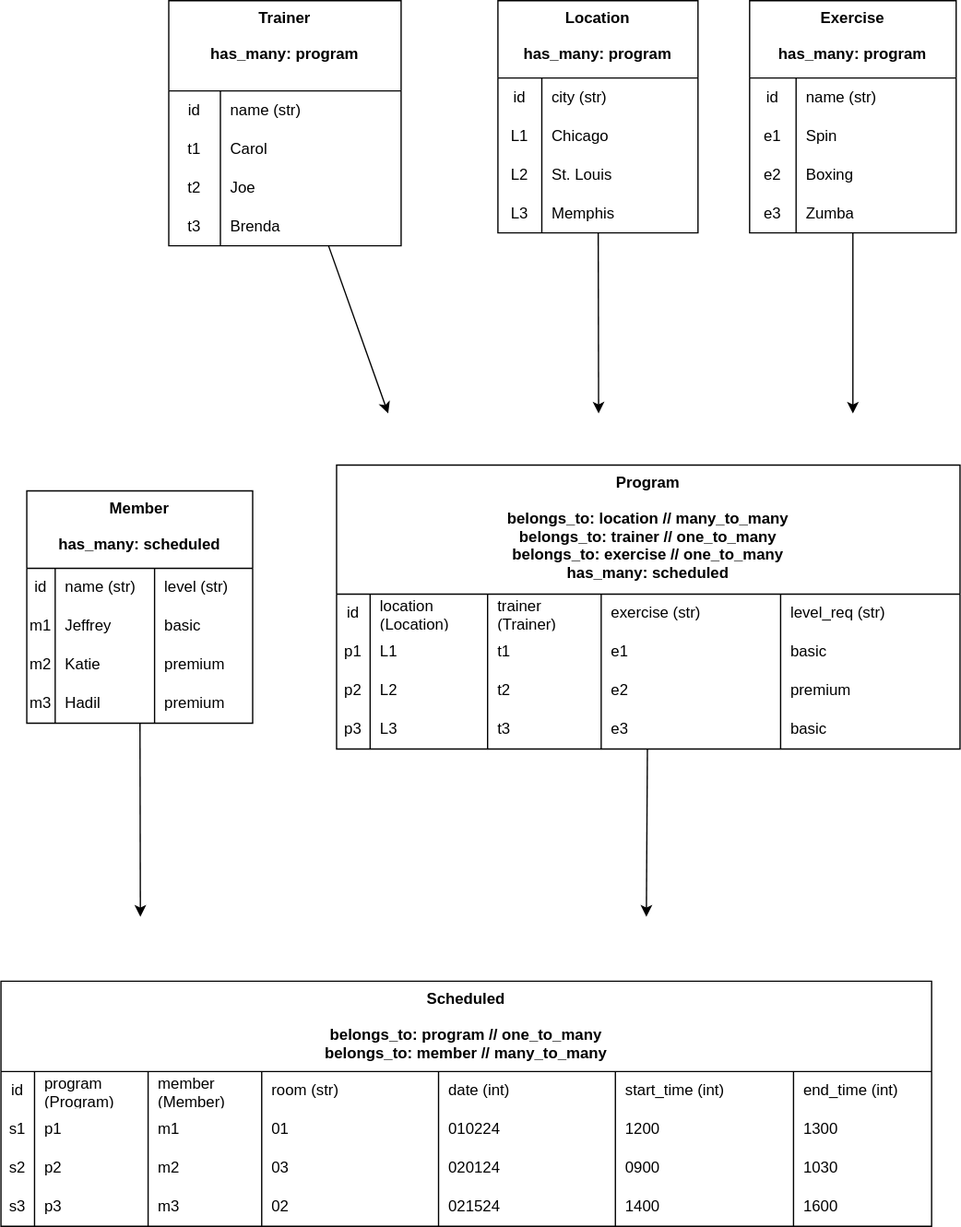
Earlier version of the draw.io export .drawio.svg (learn-co-curriculum/python-p3-v2-final-project-template). Source tidied: cells renumbered, new cells last; positions are measured from the earlier drawing's top-left corner, leaving out a move shared by most shapes.
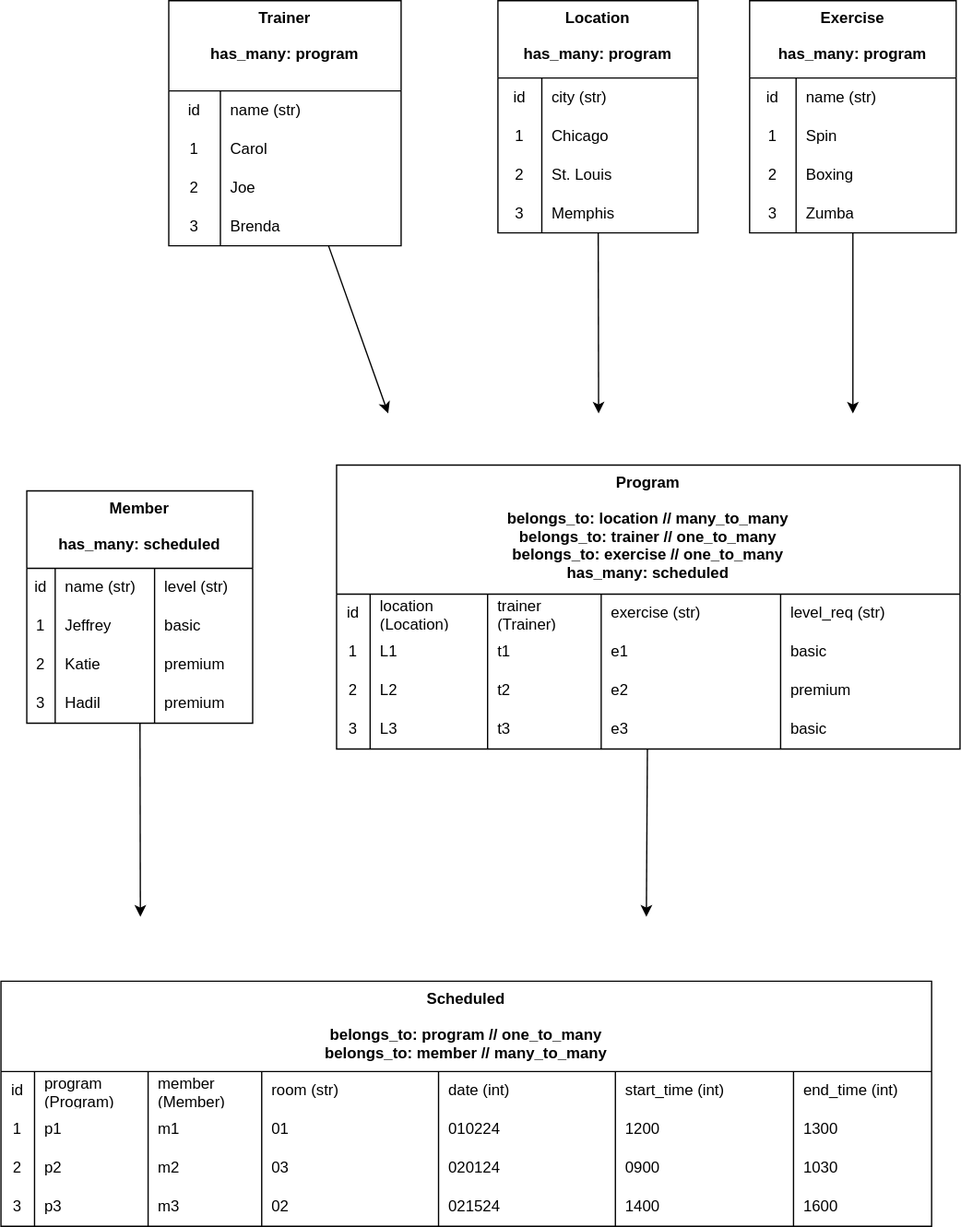
Later version of the same file.

Commit message:
drawio not popping up in readme properly, trying to fix.

Change to the diagram source:
```diff
@@ -22,7 +22,7 @@
     <mxCell id="7" style="shape=tableRow;horizontal=0;startSize=0;swimlaneHead=0;swimlaneBody=0;top=0;left=0;bottom=0;right=0;fillColor=none;" parent="3" vertex="1">
       <mxGeometry y="100" width="180" height="30" as="geometry" />
     </mxCell>
-    <mxCell id="8" value="t1" style="shape=partialRectangle;html=1;whiteSpace=wrap;fillColor=none;top=0;left=0;bottom=0;right=0;overflow=hidden;" parent="7" vertex="1">
+    <mxCell id="8" value="1" style="shape=partialRectangle;html=1;whiteSpace=wrap;fillColor=none;top=0;left=0;bottom=0;right=0;overflow=hidden;" parent="7" vertex="1">
       <mxGeometry width="40" height="30" as="geometry" />
     </mxCell>
     <mxCell id="9" value="Carol" style="shape=partialRectangle;html=1;whiteSpace=wrap;fillColor=none;top=0;left=0;bottom=0;right=0;align=left;spacingLeft=6;overflow=hidden;" parent="7" vertex="1">
@@ -31,7 +31,7 @@
     <mxCell id="10" style="shape=tableRow;horizontal=0;startSize=0;swimlaneHead=0;swimlaneBody=0;top=0;left=0;bottom=0;right=0;fillColor=none;" parent="3" vertex="1">
       <mxGeometry y="130" width="180" height="30" as="geometry" />
     </mxCell>
-    <mxCell id="11" value="t2" style="shape=partialRectangle;html=1;whiteSpace=wrap;fillColor=none;top=0;left=0;bottom=0;right=0;overflow=hidden;" parent="10" vertex="1">
+    <mxCell id="11" value="2" style="shape=partialRectangle;html=1;whiteSpace=wrap;fillColor=none;top=0;left=0;bottom=0;right=0;overflow=hidden;" parent="10" vertex="1">
       <mxGeometry width="40" height="30" as="geometry" />
     </mxCell>
     <mxCell id="12" value="Joe" style="shape=partialRectangle;html=1;whiteSpace=wrap;fillColor=none;top=0;left=0;bottom=0;right=0;align=left;spacingLeft=6;overflow=hidden;" parent="10" vertex="1">
@@ -40,7 +40,7 @@
     <mxCell id="13" style="shape=tableRow;horizontal=0;startSize=0;swimlaneHead=0;swimlaneBody=0;top=0;left=0;bottom=0;right=0;fillColor=none;" parent="3" vertex="1">
       <mxGeometry y="160" width="180" height="30" as="geometry" />
     </mxCell>
-    <mxCell id="14" value="t3" style="shape=partialRectangle;html=1;whiteSpace=wrap;fillColor=none;top=0;left=0;bottom=0;right=0;overflow=hidden;" parent="13" vertex="1">
+    <mxCell id="14" value="3" style="shape=partialRectangle;html=1;whiteSpace=wrap;fillColor=none;top=0;left=0;bottom=0;right=0;overflow=hidden;" parent="13" vertex="1">
       <mxGeometry width="40" height="30" as="geometry" />
     </mxCell>
     <mxCell id="15" value="Brenda" style="shape=partialRectangle;html=1;whiteSpace=wrap;fillColor=none;top=0;left=0;bottom=0;right=0;align=left;spacingLeft=6;overflow=hidden;" parent="13" vertex="1">
@@ -75,7 +75,7 @@
     <mxCell id="24" style="shape=tableRow;horizontal=0;startSize=0;swimlaneHead=0;swimlaneBody=0;top=0;left=0;bottom=0;right=0;fillColor=none;" parent="17" vertex="1">
       <mxGeometry y="130" width="483" height="30" as="geometry" />
     </mxCell>
-    <mxCell id="25" value="p1" style="shape=partialRectangle;html=1;whiteSpace=wrap;fillColor=none;top=0;left=0;bottom=0;right=0;overflow=hidden;" parent="24" vertex="1">
+    <mxCell id="25" value="1" style="shape=partialRectangle;html=1;whiteSpace=wrap;fillColor=none;top=0;left=0;bottom=0;right=0;overflow=hidden;" parent="24" vertex="1">
       <mxGeometry width="26" height="30" as="geometry" />
     </mxCell>
     <mxCell id="26" value="L1" style="shape=partialRectangle;html=1;whiteSpace=wrap;fillColor=none;top=0;left=0;bottom=0;right=0;align=left;spacingLeft=6;overflow=hidden;" parent="24" vertex="1">
@@ -93,7 +93,7 @@
     <mxCell id="30" style="shape=tableRow;horizontal=0;startSize=0;swimlaneHead=0;swimlaneBody=0;top=0;left=0;bottom=0;right=0;fillColor=none;" parent="17" vertex="1">
       <mxGeometry y="160" width="483" height="30" as="geometry" />
     </mxCell>
-    <mxCell id="31" value="p2" style="shape=partialRectangle;html=1;whiteSpace=wrap;fillColor=none;top=0;left=0;bottom=0;right=0;overflow=hidden;" parent="30" vertex="1">
+    <mxCell id="31" value="2" style="shape=partialRectangle;html=1;whiteSpace=wrap;fillColor=none;top=0;left=0;bottom=0;right=0;overflow=hidden;" parent="30" vertex="1">
       <mxGeometry width="26" height="30" as="geometry" />
     </mxCell>
     <mxCell id="32" value="L2" style="shape=partialRectangle;html=1;whiteSpace=wrap;fillColor=none;top=0;left=0;bottom=0;right=0;align=left;spacingLeft=6;overflow=hidden;" parent="30" vertex="1">
@@ -111,7 +111,7 @@
     <mxCell id="36" style="shape=tableRow;horizontal=0;startSize=0;swimlaneHead=0;swimlaneBody=0;top=0;left=0;bottom=0;right=0;fillColor=none;" parent="17" vertex="1">
       <mxGeometry y="190" width="483" height="30" as="geometry" />
     </mxCell>
-    <mxCell id="37" value="p3" style="shape=partialRectangle;html=1;whiteSpace=wrap;fillColor=none;top=0;left=0;bottom=0;right=0;overflow=hidden;" parent="36" vertex="1">
+    <mxCell id="37" value="3" style="shape=partialRectangle;html=1;whiteSpace=wrap;fillColor=none;top=0;left=0;bottom=0;right=0;overflow=hidden;" parent="36" vertex="1">
       <mxGeometry width="26" height="30" as="geometry" />
     </mxCell>
     <mxCell id="38" value="L3" style="shape=partialRectangle;html=1;whiteSpace=wrap;fillColor=none;top=0;left=0;bottom=0;right=0;align=left;spacingLeft=6;overflow=hidden;" parent="36" vertex="1">
@@ -149,7 +149,7 @@
     <mxCell id="48" style="shape=tableRow;horizontal=0;startSize=0;swimlaneHead=0;swimlaneBody=0;top=0;left=0;bottom=0;right=0;fillColor=none;" parent="43" vertex="1">
       <mxGeometry y="90" width="175" height="30" as="geometry" />
     </mxCell>
-    <mxCell id="49" value="m1" style="shape=partialRectangle;html=1;whiteSpace=wrap;fillColor=none;top=0;left=0;bottom=0;right=0;overflow=hidden;" parent="48" vertex="1">
+    <mxCell id="49" value="1" style="shape=partialRectangle;html=1;whiteSpace=wrap;fillColor=none;top=0;left=0;bottom=0;right=0;overflow=hidden;" parent="48" vertex="1">
       <mxGeometry width="22" height="30" as="geometry" />
     </mxCell>
     <mxCell id="50" value="Jeffrey" style="shape=partialRectangle;html=1;whiteSpace=wrap;fillColor=none;top=0;left=0;bottom=0;right=0;align=left;spacingLeft=6;overflow=hidden;" parent="48" vertex="1">
@@ -161,7 +161,7 @@
     <mxCell id="52" style="shape=tableRow;horizontal=0;startSize=0;swimlaneHead=0;swimlaneBody=0;top=0;left=0;bottom=0;right=0;fillColor=none;" parent="43" vertex="1">
       <mxGeometry y="120" width="175" height="30" as="geometry" />
     </mxCell>
-    <mxCell id="53" value="m2" style="shape=partialRectangle;html=1;whiteSpace=wrap;fillColor=none;top=0;left=0;bottom=0;right=0;overflow=hidden;" parent="52" vertex="1">
+    <mxCell id="53" value="2" style="shape=partialRectangle;html=1;whiteSpace=wrap;fillColor=none;top=0;left=0;bottom=0;right=0;overflow=hidden;" parent="52" vertex="1">
       <mxGeometry width="22" height="30" as="geometry" />
     </mxCell>
     <mxCell id="54" value="Katie" style="shape=partialRectangle;html=1;whiteSpace=wrap;fillColor=none;top=0;left=0;bottom=0;right=0;align=left;spacingLeft=6;overflow=hidden;" parent="52" vertex="1">
@@ -173,7 +173,7 @@
     <mxCell id="56" style="shape=tableRow;horizontal=0;startSize=0;swimlaneHead=0;swimlaneBody=0;top=0;left=0;bottom=0;right=0;fillColor=none;" parent="43" vertex="1">
       <mxGeometry y="150" width="175" height="30" as="geometry" />
     </mxCell>
-    <mxCell id="57" value="m3" style="shape=partialRectangle;html=1;whiteSpace=wrap;fillColor=none;top=0;left=0;bottom=0;right=0;overflow=hidden;" parent="56" vertex="1">
+    <mxCell id="57" value="3" style="shape=partialRectangle;html=1;whiteSpace=wrap;fillColor=none;top=0;left=0;bottom=0;right=0;overflow=hidden;" parent="56" vertex="1">
       <mxGeometry width="22" height="30" as="geometry" />
     </mxCell>
     <mxCell id="58" value="Hadil" style="shape=partialRectangle;html=1;whiteSpace=wrap;fillColor=none;top=0;left=0;bottom=0;right=0;align=left;spacingLeft=6;overflow=hidden;" parent="56" vertex="1">
@@ -202,7 +202,7 @@
     <mxCell id="65" style="shape=tableRow;horizontal=0;startSize=0;swimlaneHead=0;swimlaneBody=0;top=0;left=0;bottom=0;right=0;fillColor=none;" parent="61" vertex="1">
       <mxGeometry y="90" width="155" height="30" as="geometry" />
     </mxCell>
-    <mxCell id="66" value="L1" style="shape=partialRectangle;html=1;whiteSpace=wrap;fillColor=none;top=0;left=0;bottom=0;right=0;overflow=hidden;" parent="65" vertex="1">
+    <mxCell id="66" value="1" style="shape=partialRectangle;html=1;whiteSpace=wrap;fillColor=none;top=0;left=0;bottom=0;right=0;overflow=hidden;" parent="65" vertex="1">
       <mxGeometry width="34" height="30" as="geometry" />
     </mxCell>
     <mxCell id="67" value="Chicago" style="shape=partialRectangle;html=1;whiteSpace=wrap;fillColor=none;top=0;left=0;bottom=0;right=0;align=left;spacingLeft=6;overflow=hidden;" parent="65" vertex="1">
@@ -211,7 +211,7 @@
     <mxCell id="68" style="shape=tableRow;horizontal=0;startSize=0;swimlaneHead=0;swimlaneBody=0;top=0;left=0;bottom=0;right=0;fillColor=none;" parent="61" vertex="1">
       <mxGeometry y="120" width="155" height="30" as="geometry" />
     </mxCell>
-    <mxCell id="69" value="L2" style="shape=partialRectangle;html=1;whiteSpace=wrap;fillColor=none;top=0;left=0;bottom=0;right=0;overflow=hidden;" parent="68" vertex="1">
+    <mxCell id="69" value="2" style="shape=partialRectangle;html=1;whiteSpace=wrap;fillColor=none;top=0;left=0;bottom=0;right=0;overflow=hidden;" parent="68" vertex="1">
       <mxGeometry width="34" height="30" as="geometry" />
     </mxCell>
     <mxCell id="70" value="St. Louis" style="shape=partialRectangle;html=1;whiteSpace=wrap;fillColor=none;top=0;left=0;bottom=0;right=0;align=left;spacingLeft=6;overflow=hidden;" parent="68" vertex="1">
@@ -220,7 +220,7 @@
     <mxCell id="71" style="shape=tableRow;horizontal=0;startSize=0;swimlaneHead=0;swimlaneBody=0;top=0;left=0;bottom=0;right=0;fillColor=none;" parent="61" vertex="1">
       <mxGeometry y="150" width="155" height="30" as="geometry" />
     </mxCell>
-    <mxCell id="72" value="L3" style="shape=partialRectangle;html=1;whiteSpace=wrap;fillColor=none;top=0;left=0;bottom=0;right=0;overflow=hidden;" parent="71" vertex="1">
+    <mxCell id="72" value="3" style="shape=partialRectangle;html=1;whiteSpace=wrap;fillColor=none;top=0;left=0;bottom=0;right=0;overflow=hidden;" parent="71" vertex="1">
       <mxGeometry width="34" height="30" as="geometry" />
     </mxCell>
     <mxCell id="73" value="Memphis" style="shape=partialRectangle;html=1;whiteSpace=wrap;fillColor=none;top=0;left=0;bottom=0;right=0;align=left;spacingLeft=6;overflow=hidden;" parent="71" vertex="1">
@@ -246,7 +246,7 @@
     <mxCell id="79" style="shape=tableRow;horizontal=0;startSize=0;swimlaneHead=0;swimlaneBody=0;top=0;left=0;bottom=0;right=0;fillColor=none;" parent="75" vertex="1">
       <mxGeometry y="90" width="160" height="30" as="geometry" />
     </mxCell>
-    <mxCell id="80" value="e1" style="shape=partialRectangle;html=1;whiteSpace=wrap;fillColor=none;top=0;left=0;bottom=0;right=0;overflow=hidden;" parent="79" vertex="1">
+    <mxCell id="80" value="1" style="shape=partialRectangle;html=1;whiteSpace=wrap;fillColor=none;top=0;left=0;bottom=0;right=0;overflow=hidden;" parent="79" vertex="1">
       <mxGeometry width="36" height="30" as="geometry" />
     </mxCell>
     <mxCell id="81" value="Spin" style="shape=partialRectangle;html=1;whiteSpace=wrap;fillColor=none;top=0;left=0;bottom=0;right=0;align=left;spacingLeft=6;overflow=hidden;" parent="79" vertex="1">
@@ -255,7 +255,7 @@
     <mxCell id="82" style="shape=tableRow;horizontal=0;startSize=0;swimlaneHead=0;swimlaneBody=0;top=0;left=0;bottom=0;right=0;fillColor=none;" parent="75" vertex="1">
       <mxGeometry y="120" width="160" height="30" as="geometry" />
     </mxCell>
-    <mxCell id="83" value="e2" style="shape=partialRectangle;html=1;whiteSpace=wrap;fillColor=none;top=0;left=0;bottom=0;right=0;overflow=hidden;" parent="82" vertex="1">
+    <mxCell id="83" value="2" style="shape=partialRectangle;html=1;whiteSpace=wrap;fillColor=none;top=0;left=0;bottom=0;right=0;overflow=hidden;" parent="82" vertex="1">
       <mxGeometry width="36" height="30" as="geometry" />
     </mxCell>
     <mxCell id="84" value="Boxing" style="shape=partialRectangle;html=1;whiteSpace=wrap;fillColor=none;top=0;left=0;bottom=0;right=0;align=left;spacingLeft=6;overflow=hidden;" parent="82" vertex="1">
@@ -264,7 +264,7 @@
     <mxCell id="85" style="shape=tableRow;horizontal=0;startSize=0;swimlaneHead=0;swimlaneBody=0;top=0;left=0;bottom=0;right=0;fillColor=none;" parent="75" vertex="1">
       <mxGeometry y="150" width="160" height="30" as="geometry" />
     </mxCell>
-    <mxCell id="86" value="e3" style="shape=partialRectangle;html=1;whiteSpace=wrap;fillColor=none;top=0;left=0;bottom=0;right=0;overflow=hidden;" parent="85" vertex="1">
+    <mxCell id="86" value="3" style="shape=partialRectangle;html=1;whiteSpace=wrap;fillColor=none;top=0;left=0;bottom=0;right=0;overflow=hidden;" parent="85" vertex="1">
       <mxGeometry width="36" height="30" as="geometry" />
     </mxCell>
     <mxCell id="87" value="Zumba" style="shape=partialRectangle;html=1;whiteSpace=wrap;fillColor=none;top=0;left=0;bottom=0;right=0;align=left;spacingLeft=6;overflow=hidden;" parent="85" vertex="1">
@@ -300,7 +300,7 @@
     <mxCell id="97" style="shape=tableRow;horizontal=0;startSize=0;swimlaneHead=0;swimlaneBody=0;top=0;left=0;bottom=0;right=0;fillColor=none;" parent="88" vertex="1">
       <mxGeometry y="100" width="721" height="30" as="geometry" />
     </mxCell>
-    <mxCell id="98" value="s1" style="shape=partialRectangle;html=1;whiteSpace=wrap;fillColor=none;top=0;left=0;bottom=0;right=0;overflow=hidden;" parent="97" vertex="1">
+    <mxCell id="98" value="1" style="shape=partialRectangle;html=1;whiteSpace=wrap;fillColor=none;top=0;left=0;bottom=0;right=0;overflow=hidden;" parent="97" vertex="1">
       <mxGeometry width="26" height="30" as="geometry" />
     </mxCell>
     <mxCell id="99" value="p1" style="shape=partialRectangle;html=1;whiteSpace=wrap;fillColor=none;top=0;left=0;bottom=0;right=0;align=left;spacingLeft=6;overflow=hidden;" parent="97" vertex="1">
@@ -324,7 +324,7 @@
     <mxCell id="105" style="shape=tableRow;horizontal=0;startSize=0;swimlaneHead=0;swimlaneBody=0;top=0;left=0;bottom=0;right=0;fillColor=none;" parent="88" vertex="1">
       <mxGeometry y="130" width="721" height="30" as="geometry" />
     </mxCell>
-    <mxCell id="106" value="s2" style="shape=partialRectangle;html=1;whiteSpace=wrap;fillColor=none;top=0;left=0;bottom=0;right=0;overflow=hidden;" parent="105" vertex="1">
+    <mxCell id="106" value="2" style="shape=partialRectangle;html=1;whiteSpace=wrap;fillColor=none;top=0;left=0;bottom=0;right=0;overflow=hidden;" parent="105" vertex="1">
       <mxGeometry width="26" height="30" as="geometry" />
     </mxCell>
     <mxCell id="107" value="p2" style="shape=partialRectangle;html=1;whiteSpace=wrap;fillColor=none;top=0;left=0;bottom=0;right=0;align=left;spacingLeft=6;overflow=hidden;" parent="105" vertex="1">
@@ -348,7 +348,7 @@
     <mxCell id="113" style="shape=tableRow;horizontal=0;startSize=0;swimlaneHead=0;swimlaneBody=0;top=0;left=0;bottom=0;right=0;fillColor=none;" parent="88" vertex="1">
       <mxGeometry y="160" width="721" height="30" as="geometry" />
     </mxCell>
-    <mxCell id="114" value="s3" style="shape=partialRectangle;html=1;whiteSpace=wrap;fillColor=none;top=0;left=0;bottom=0;right=0;overflow=hidden;" parent="113" vertex="1">
+    <mxCell id="114" value="3" style="shape=partialRectangle;html=1;whiteSpace=wrap;fillColor=none;top=0;left=0;bottom=0;right=0;overflow=hidden;" parent="113" vertex="1">
       <mxGeometry width="26" height="30" as="geometry" />
     </mxCell>
     <mxCell id="115" value="p3" style="shape=partialRectangle;html=1;whiteSpace=wrap;fillColor=none;top=0;left=0;bottom=0;right=0;align=left;spacingLeft=6;overflow=hidden;" parent="113" vertex="1">
```
